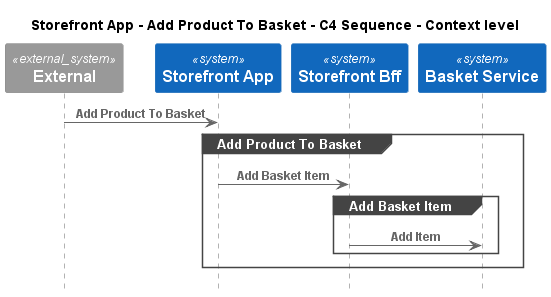
C4InterFlow/architecture-as-code-samples keeps this PlantUML diagram as e-commerce-platform/Software Systems/Storefront App/Interfaces/Add Product To Basket/Context - C4 Sequence.png. Above is the earlier version.
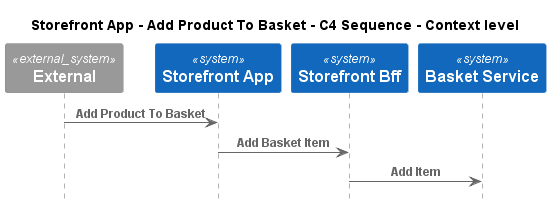
Above is the later version.

The edit, as a diff of the source:
```diff
@@ -10,12 +10,8 @@
 System(ECommercePlatform.SoftwareSystems.BasketService, "Basket Service", "")
 
 Rel(C4InterFlow.SoftwareSystems.ExternalSystem, ECommercePlatform.SoftwareSystems.StorefrontApp, "Add Product To Basket")
-group Add Product To Basket
 Rel(ECommercePlatform.SoftwareSystems.StorefrontApp, ECommercePlatform.SoftwareSystems.StorefrontBff, "Add Basket Item")
-group Add Basket Item
 Rel(ECommercePlatform.SoftwareSystems.StorefrontBff, ECommercePlatform.SoftwareSystems.BasketService, "Add Item")
-end
-end
 
 
 @enduml
```
